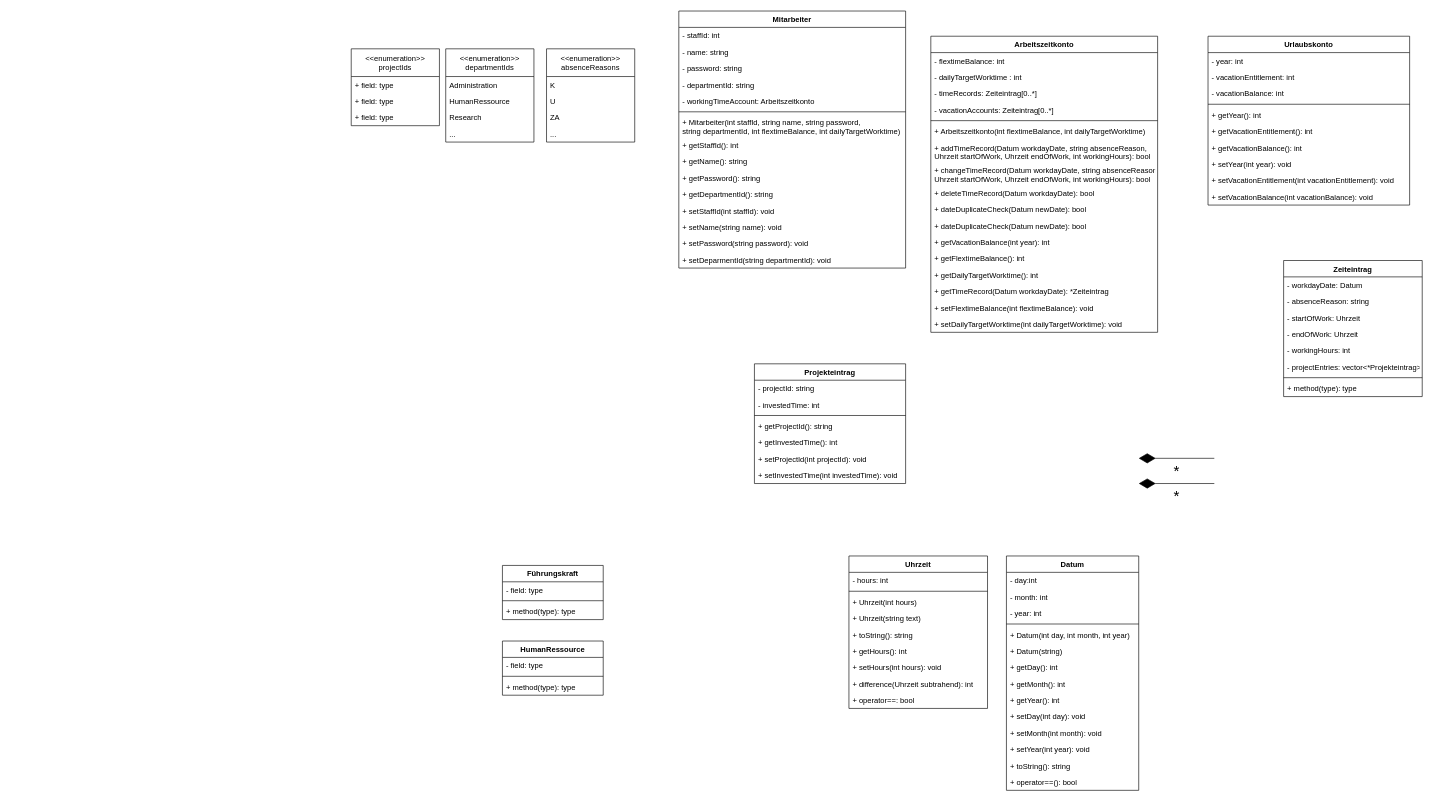
rebaman/swt_project keeps this draw.io diagram as class_diagram.drawio. Above is the earlier version. Source tidied: cells renumbered, new cells numbered last; positions are measured from the earlier drawing's top-left corner, leaving out a move shared by most shapes. Both pictures are drawn from the tidied source at 63%, with x=0, y=0 at pixel (351, 11).
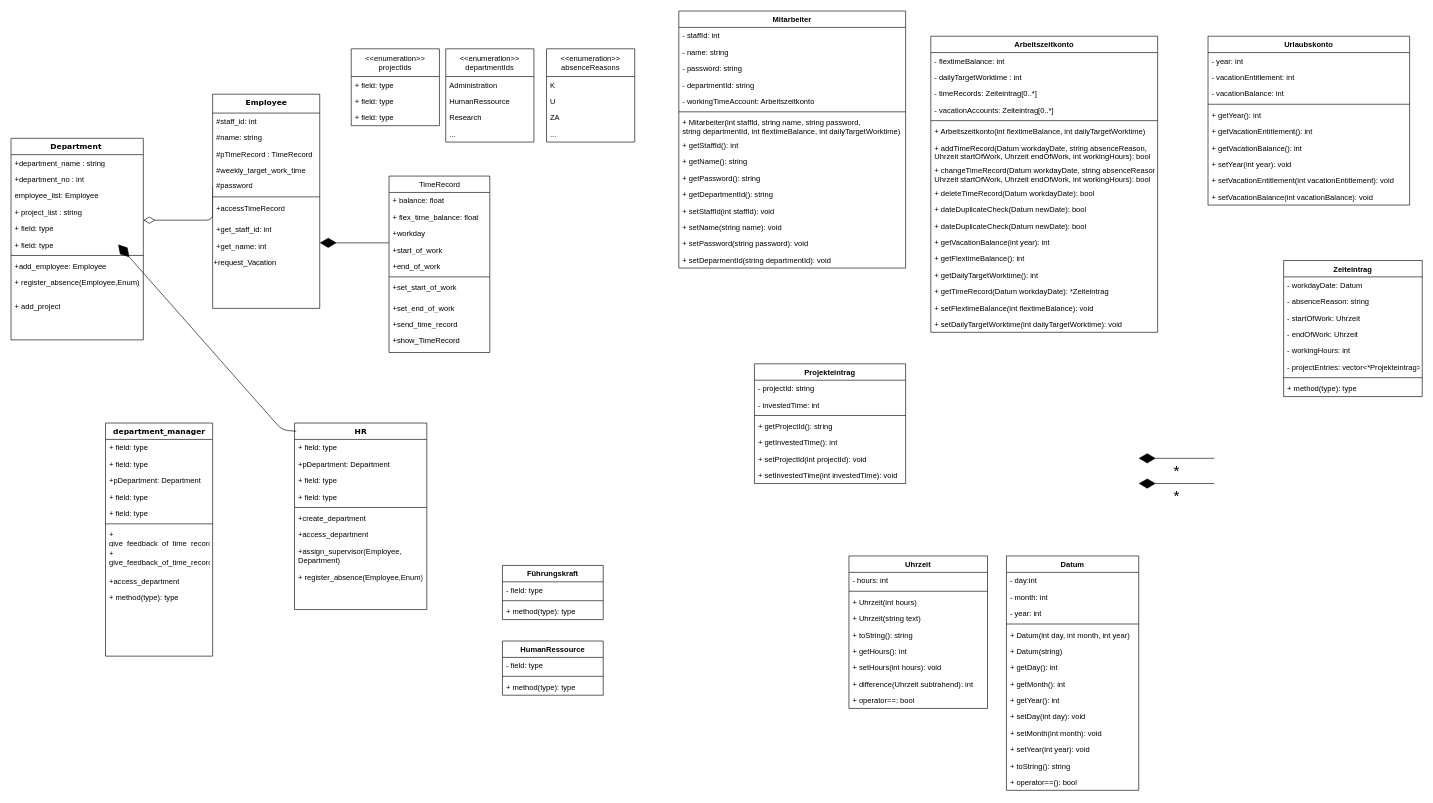
The same page after the edit.

The edit, as a diff of the source:
```diff
@@
+    <mxCell id="113" value="Department&amp;nbsp;" style="swimlane;html=1;fontStyle=1;align=center;verticalAlign=top;horizontal=1;startSize=26;swimlaneFillColor=#ffffff;rounded=0;shadow=0;comic=0;labelBackgroundColor=none;strokeWidth=1;fillColor=none;fontFamily=Verdana;fontSize=12;" parent="1" vertex="1">
+      <mxGeometry x="-540" y="202" width="210" height="320" as="geometry" />
+    </mxCell>
+    <mxCell id="114" value="+department_name : string" style="text;html=1;strokeColor=none;fillColor=none;align=left;verticalAlign=top;spacingLeft=4;spacingRight=4;whiteSpace=wrap;overflow=hidden;" parent="113" vertex="1">
+      <mxGeometry y="26" width="210" height="26" as="geometry" />
+    </mxCell>
+    <mxCell id="115" value="+department_no : int" style="text;html=1;strokeColor=none;fillColor=none;align=left;verticalAlign=top;spacingLeft=4;spacingRight=4;whiteSpace=wrap;overflow=hidden;" parent="113" vertex="1">
+      <mxGeometry y="52" width="210" height="26" as="geometry" />
+    </mxCell>
+    <mxCell id="116" value="employee_list: Employee" style="text;html=1;strokeColor=none;fillColor=none;align=left;verticalAlign=top;spacingLeft=4;spacingRight=4;whiteSpace=wrap;overflow=hidden;" parent="113" vertex="1">
+      <mxGeometry y="78" width="210" height="26" as="geometry" />
+    </mxCell>
+    <mxCell id="117" value="+ project_list : string" style="text;html=1;strokeColor=none;fillColor=none;align=left;verticalAlign=top;spacingLeft=4;spacingRight=4;whiteSpace=wrap;overflow=hidden;" parent="113" vertex="1">
+      <mxGeometry y="104" width="210" height="26" as="geometry" />
+    </mxCell>
+    <mxCell id="118" value="+ field: type" style="text;html=1;strokeColor=none;fillColor=none;align=left;verticalAlign=top;spacingLeft=4;spacingRight=4;whiteSpace=wrap;overflow=hidden;" parent="113" vertex="1">
+      <mxGeometry y="130" width="210" height="26" as="geometry" />
+    </mxCell>
+    <mxCell id="119" style="endArrow=diamondThin;endFill=1;endSize=24;html=1;exitX=0.013;exitY=0.044;exitDx=0;exitDy=0;exitPerimeter=0;" parent="113" edge="1" source="137">
+      <mxGeometry relative="1" as="geometry">
+        <mxPoint x="170" y="168.5" as="targetPoint" />
+        <Array as="points">
+          <mxPoint x="430" y="463" />
+        </Array>
+      </mxGeometry>
+    </mxCell>
+    <mxCell id="120" value="+ field: type" style="text;html=1;strokeColor=none;fillColor=none;align=left;verticalAlign=top;spacingLeft=4;spacingRight=4;whiteSpace=wrap;overflow=hidden;" parent="113" vertex="1">
+      <mxGeometry y="156" width="210" height="26" as="geometry" />
+    </mxCell>
+    <mxCell id="121" style="line;html=1;strokeWidth=1;fillColor=none;align=left;verticalAlign=middle;spacingTop=-1;spacingLeft=3;spacingRight=3;labelPosition=right;" parent="113" vertex="1">
+      <mxGeometry y="182" width="210" height="8" as="geometry" />
+    </mxCell>
+    <mxCell id="122" value="+add_employee: Employee" style="text;html=1;strokeColor=none;fillColor=none;align=left;verticalAlign=top;spacingLeft=4;spacingRight=4;whiteSpace=wrap;overflow=hidden;" parent="113" vertex="1">
+      <mxGeometry y="190" width="210" height="26" as="geometry" />
+    </mxCell>
+    <mxCell id="123" value="+ register_absence(Employee,Enum)" style="text;html=1;strokeColor=none;fillColor=none;align=left;verticalAlign=top;spacingLeft=4;spacingRight=4;whiteSpace=wrap;overflow=hidden;" parent="113" vertex="1">
+      <mxGeometry y="216" width="210" height="38" as="geometry" />
+    </mxCell>
+    <mxCell id="124" value="+ add_project" style="text;html=1;strokeColor=none;fillColor=none;align=left;verticalAlign=top;spacingLeft=4;spacingRight=4;whiteSpace=wrap;overflow=hidden;" parent="113" vertex="1">
+      <mxGeometry y="254" width="210" height="26" as="geometry" />
+    </mxCell>
+    <mxCell id="125" style="edgeStyle=elbowEdgeStyle;html=1;labelBackgroundColor=none;startFill=0;startSize=8;endArrow=diamondThin;endFill=0;endSize=16;fontFamily=Verdana;fontSize=12;elbow=vertical;exitX=0;exitY=0.5;exitDx=0;exitDy=0;" parent="1" edge="1" target="113">
+      <mxGeometry relative="1" as="geometry">
+        <mxPoint x="-220" y="279" as="sourcePoint" />
+        <Array as="points">
+          <mxPoint x="-230" y="332" />
+          <mxPoint x="-260" y="342" />
+          <mxPoint x="-300" y="232" />
+          <mxPoint x="-220" y="382" />
+        </Array>
+      </mxGeometry>
+    </mxCell>
+    <mxCell id="126" value="Employee" style="swimlane;html=1;fontStyle=1;align=center;verticalAlign=top;horizontal=1;startSize=30;swimlaneFillColor=#ffffff;rounded=0;shadow=0;comic=0;labelBackgroundColor=none;strokeWidth=1;fillColor=none;fontFamily=Verdana;fontSize=12;" parent="1" vertex="1">
+      <mxGeometry x="-220" y="132" width="170" height="340" as="geometry" />
+    </mxCell>
+    <mxCell id="127" value="#staff_id: int" style="text;html=1;strokeColor=none;fillColor=none;align=left;verticalAlign=top;spacingLeft=4;spacingRight=4;whiteSpace=wrap;overflow=hidden;" parent="126" vertex="1">
+      <mxGeometry y="30" width="170" height="26" as="geometry" />
+    </mxCell>
+    <mxCell id="128" value="#name: string" style="text;html=1;strokeColor=none;fillColor=none;align=left;verticalAlign=top;spacingLeft=4;spacingRight=4;whiteSpace=wrap;overflow=hidden;" parent="126" vertex="1">
+      <mxGeometry y="56" width="170" height="26" as="geometry" />
+    </mxCell>
+    <mxCell id="129" value="#pTimeRecord : TimeRecord" style="text;html=1;strokeColor=none;fillColor=none;align=left;verticalAlign=top;spacingLeft=4;spacingRight=4;whiteSpace=wrap;overflow=hidden;" parent="126" vertex="1">
+      <mxGeometry y="82" width="170" height="26" as="geometry" />
+    </mxCell>
+    <mxCell id="130" value="#weekly_target_work_time" style="text;html=1;strokeColor=none;fillColor=none;align=left;verticalAlign=top;spacingLeft=4;spacingRight=4;whiteSpace=wrap;overflow=hidden;" parent="126" vertex="1">
+      <mxGeometry y="108" width="170" height="24" as="geometry" />
+    </mxCell>
+    <mxCell id="131" value="#password" style="text;html=1;strokeColor=none;fillColor=none;align=left;verticalAlign=top;spacingLeft=4;spacingRight=4;whiteSpace=wrap;overflow=hidden;" parent="126" vertex="1">
+      <mxGeometry y="132" width="170" height="26" as="geometry" />
+    </mxCell>
+    <mxCell id="132" style="line;strokeWidth=1;fillColor=none;align=left;verticalAlign=middle;spacingTop=-1;spacingLeft=3;spacingRight=3;labelPosition=right;" parent="126" vertex="1">
+      <mxGeometry y="158" width="170" height="10" as="geometry" />
+    </mxCell>
+    <mxCell id="133" value="+accessTimeRecord" style="text;html=1;strokeColor=none;fillColor=none;align=left;verticalAlign=top;spacingLeft=4;spacingRight=4;whiteSpace=wrap;overflow=hidden;" parent="126" vertex="1">
+      <mxGeometry y="168" width="170" height="34" as="geometry" />
+    </mxCell>
+    <mxCell id="134" value="+get_staff_id: int" style="text;html=1;strokeColor=none;fillColor=none;align=left;verticalAlign=top;spacingLeft=4;spacingRight=4;whiteSpace=wrap;overflow=hidden;" parent="126" vertex="1">
+      <mxGeometry y="202" width="170" height="26" as="geometry" />
+    </mxCell>
+    <mxCell id="135" value="+get_name: int" style="text;html=1;strokeColor=none;fillColor=none;align=left;verticalAlign=top;spacingLeft=4;spacingRight=4;whiteSpace=wrap;overflow=hidden;" parent="126" vertex="1">
+      <mxGeometry y="228" width="170" height="26" as="geometry" />
+    </mxCell>
+    <mxCell id="136" value="&lt;span style=&quot;color: rgb(0 , 0 , 0) ; font-family: &amp;#34;helvetica&amp;#34; ; font-size: 12px ; font-style: normal ; font-weight: 400 ; letter-spacing: normal ; text-align: left ; text-indent: 0px ; text-transform: none ; word-spacing: 0px ; background-color: rgb(248 , 249 , 250) ; display: inline ; float: none&quot;&gt;+request_Vacation&lt;/span&gt;" style="text;whiteSpace=wrap;html=1;" parent="126" vertex="1">
+      <mxGeometry y="254" width="170" height="30" as="geometry" />
+    </mxCell>
+    <mxCell id="137" value="HR" style="swimlane;html=1;fontStyle=1;align=center;verticalAlign=top;horizontal=1;startSize=26;swimlaneFillColor=#ffffff;rounded=0;shadow=0;comic=0;labelBackgroundColor=none;strokeWidth=1;fillColor=none;fontFamily=Verdana;fontSize=12;" parent="1" vertex="1">
+      <mxGeometry x="-90" y="654" width="210" height="296" as="geometry" />
+    </mxCell>
+    <mxCell id="138" value="+ field: type" style="text;html=1;strokeColor=none;fillColor=none;align=left;verticalAlign=top;spacingLeft=4;spacingRight=4;whiteSpace=wrap;overflow=hidden;" parent="137" vertex="1">
+      <mxGeometry y="26" width="210" height="26" as="geometry" />
+    </mxCell>
+    <mxCell id="139" value="+pDepartment: Department" style="text;html=1;strokeColor=none;fillColor=none;align=left;verticalAlign=top;spacingLeft=4;spacingRight=4;whiteSpace=wrap;overflow=hidden;" parent="137" vertex="1">
+      <mxGeometry y="52" width="210" height="26" as="geometry" />
+    </mxCell>
+    <mxCell id="140" value="+ field: type" style="text;html=1;strokeColor=none;fillColor=none;align=left;verticalAlign=top;spacingLeft=4;spacingRight=4;whiteSpace=wrap;overflow=hidden;" parent="137" vertex="1">
+      <mxGeometry y="78" width="210" height="26" as="geometry" />
+    </mxCell>
+    <mxCell id="141" value="+ field: type" style="text;html=1;strokeColor=none;fillColor=none;align=left;verticalAlign=top;spacingLeft=4;spacingRight=4;whiteSpace=wrap;overflow=hidden;" parent="137" vertex="1">
+      <mxGeometry y="104" width="210" height="26" as="geometry" />
+    </mxCell>
+    <mxCell id="142" style="line;html=1;strokeWidth=1;fillColor=none;align=left;verticalAlign=middle;spacingTop=-1;spacingLeft=3;spacingRight=3;labelPosition=right;" parent="137" vertex="1">
+      <mxGeometry y="130" width="210" height="8" as="geometry" />
+    </mxCell>
+    <mxCell id="143" value="+create_department" style="text;html=1;strokeColor=none;fillColor=none;align=left;verticalAlign=top;spacingLeft=4;spacingRight=4;whiteSpace=wrap;overflow=hidden;" parent="137" vertex="1">
+      <mxGeometry y="138" width="210" height="26" as="geometry" />
+    </mxCell>
+    <mxCell id="144" value="+access_department" style="text;html=1;strokeColor=none;fillColor=none;align=left;verticalAlign=top;spacingLeft=4;spacingRight=4;whiteSpace=wrap;overflow=hidden;" parent="137" vertex="1">
+      <mxGeometry y="164" width="210" height="26" as="geometry" />
+    </mxCell>
+    <mxCell id="145" value="+assign_supervisor(Employee, Department)" style="text;html=1;strokeColor=none;fillColor=none;align=left;verticalAlign=top;spacingLeft=4;spacingRight=4;whiteSpace=wrap;overflow=hidden;" parent="137" vertex="1">
+      <mxGeometry y="190" width="210" height="42" as="geometry" />
+    </mxCell>
+    <mxCell id="146" value="+ register_absence(Employee,Enum)" style="text;html=1;strokeColor=none;fillColor=none;align=left;verticalAlign=top;spacingLeft=4;spacingRight=4;whiteSpace=wrap;overflow=hidden;" parent="137" vertex="1">
+      <mxGeometry y="232" width="210" height="38" as="geometry" />
+    </mxCell>
+    <mxCell id="147" value="&lt;span style=&quot;font-family: &amp;#34;helvetica&amp;#34; ; font-weight: 400 ; text-align: left&quot;&gt;TimeRecord&lt;/span&gt;" style="swimlane;html=1;fontStyle=1;align=center;verticalAlign=top;horizontal=1;startSize=26;swimlaneFillColor=#ffffff;rounded=0;shadow=0;comic=0;labelBackgroundColor=none;strokeWidth=1;fillColor=none;fontFamily=Verdana;fontSize=12;" parent="1" vertex="1">
+      <mxGeometry x="60" y="262" width="160" height="280" as="geometry" />
+    </mxCell>
+    <mxCell id="148" value="+ balance: float" style="text;html=1;strokeColor=none;fillColor=none;align=left;verticalAlign=top;spacingLeft=4;spacingRight=4;whiteSpace=wrap;overflow=hidden;" parent="147" vertex="1">
+      <mxGeometry y="26" width="160" height="26" as="geometry" />
+    </mxCell>
+    <mxCell id="149" value="+ flex_time_balance: float" style="text;html=1;strokeColor=none;fillColor=none;align=left;verticalAlign=top;spacingLeft=4;spacingRight=4;whiteSpace=wrap;overflow=hidden;" parent="147" vertex="1">
+      <mxGeometry y="52" width="160" height="26" as="geometry" />
+    </mxCell>
+    <mxCell id="150" value="+workday" style="text;html=1;strokeColor=none;fillColor=none;align=left;verticalAlign=top;spacingLeft=4;spacingRight=4;whiteSpace=wrap;overflow=hidden;" parent="147" vertex="1">
+      <mxGeometry y="78" width="160" height="26" as="geometry" />
+    </mxCell>
+    <mxCell id="151" value="+start_of_work" style="text;html=1;strokeColor=none;fillColor=none;align=left;verticalAlign=top;spacingLeft=4;spacingRight=4;whiteSpace=wrap;overflow=hidden;" parent="147" vertex="1">
+      <mxGeometry y="104" width="160" height="26" as="geometry" />
+    </mxCell>
+    <mxCell id="152" value="+end_of_work" style="text;html=1;strokeColor=none;fillColor=none;align=left;verticalAlign=top;spacingLeft=4;spacingRight=4;whiteSpace=wrap;overflow=hidden;" parent="147" vertex="1">
+      <mxGeometry y="130" width="160" height="26" as="geometry" />
+    </mxCell>
+    <mxCell id="153" style="line;html=1;strokeWidth=1;fillColor=none;align=left;verticalAlign=middle;spacingTop=-1;spacingLeft=3;spacingRight=3;labelPosition=right;" parent="147" vertex="1">
+      <mxGeometry y="156" width="160" height="8" as="geometry" />
+    </mxCell>
+    <mxCell id="154" value="+set_start_of_work" style="text;html=1;strokeColor=none;fillColor=none;align=left;verticalAlign=top;spacingLeft=4;spacingRight=4;whiteSpace=wrap;overflow=hidden;" parent="147" vertex="1">
+      <mxGeometry y="164" width="160" height="32" as="geometry" />
+    </mxCell>
+    <mxCell id="155" value="+set_end_of_work" style="text;html=1;strokeColor=none;fillColor=none;align=left;verticalAlign=top;spacingLeft=4;spacingRight=4;whiteSpace=wrap;overflow=hidden;" parent="147" vertex="1">
+      <mxGeometry y="196" width="160" height="26" as="geometry" />
+    </mxCell>
+    <mxCell id="156" value="+send_time_record" style="text;html=1;strokeColor=none;fillColor=none;align=left;verticalAlign=top;spacingLeft=4;spacingRight=4;whiteSpace=wrap;overflow=hidden;" parent="147" vertex="1">
+      <mxGeometry y="222" width="160" height="26" as="geometry" />
+    </mxCell>
+    <mxCell id="157" value="&lt;span style=&quot;color: rgb(0 , 0 , 0) ; font-family: &amp;#34;helvetica&amp;#34; ; font-size: 12px ; font-style: normal ; font-weight: 400 ; letter-spacing: normal ; text-align: left ; text-indent: 0px ; text-transform: none ; word-spacing: 0px ; background-color: rgb(248 , 249 , 250) ; display: inline ; float: none&quot;&gt;+show_TimeRecord&lt;/span&gt;" style="text;html=1;strokeColor=none;fillColor=none;align=left;verticalAlign=top;spacingLeft=4;spacingRight=4;whiteSpace=wrap;overflow=hidden;" parent="147" vertex="1">
+      <mxGeometry y="248" width="160" height="26" as="geometry" />
+    </mxCell>
+    <mxCell id="158" style="endArrow=diamondThin;endFill=1;endSize=24;html=1;" parent="1" edge="1">
+      <mxGeometry relative="1" as="geometry">
+        <mxPoint x="60" y="368" as="sourcePoint" />
+        <mxPoint x="-50" y="368" as="targetPoint" />
+      </mxGeometry>
+    </mxCell>
+    <mxCell id="159" value="department_manager" style="swimlane;html=1;fontStyle=1;align=center;verticalAlign=top;horizontal=1;startSize=26;swimlaneFillColor=#ffffff;rounded=0;shadow=0;comic=0;labelBackgroundColor=none;strokeWidth=1;fillColor=none;fontFamily=Verdana;fontSize=12;" parent="1" vertex="1">
+      <mxGeometry x="-390" y="654" width="170" height="370" as="geometry" />
+    </mxCell>
+    <mxCell id="160" value="+ field: type" style="text;html=1;strokeColor=none;fillColor=none;align=left;verticalAlign=top;spacingLeft=4;spacingRight=4;whiteSpace=wrap;overflow=hidden;" parent="159" vertex="1">
+      <mxGeometry y="26" width="170" height="26" as="geometry" />
+    </mxCell>
+    <mxCell id="161" value="+ field: type" style="text;html=1;strokeColor=none;fillColor=none;align=left;verticalAlign=top;spacingLeft=4;spacingRight=4;whiteSpace=wrap;overflow=hidden;" parent="159" vertex="1">
+      <mxGeometry y="52" width="170" height="26" as="geometry" />
+    </mxCell>
+    <mxCell id="162" value="+pDepartment: Department" style="text;html=1;strokeColor=none;fillColor=none;align=left;verticalAlign=top;spacingLeft=4;spacingRight=4;whiteSpace=wrap;overflow=hidden;" parent="159" vertex="1">
+      <mxGeometry y="78" width="170" height="26" as="geometry" />
+    </mxCell>
+    <mxCell id="163" value="+ field: type" style="text;html=1;strokeColor=none;fillColor=none;align=left;verticalAlign=top;spacingLeft=4;spacingRight=4;whiteSpace=wrap;overflow=hidden;" parent="159" vertex="1">
+      <mxGeometry y="104" width="170" height="26" as="geometry" />
+    </mxCell>
+    <mxCell id="164" value="+ field: type" style="text;html=1;strokeColor=none;fillColor=none;align=left;verticalAlign=top;spacingLeft=4;spacingRight=4;whiteSpace=wrap;overflow=hidden;" parent="159" vertex="1">
+      <mxGeometry y="130" width="170" height="26" as="geometry" />
+    </mxCell>
+    <mxCell id="165" style="line;html=1;strokeWidth=1;fillColor=none;align=left;verticalAlign=middle;spacingTop=-1;spacingLeft=3;spacingRight=3;labelPosition=right;" parent="159" vertex="1">
+      <mxGeometry y="156" width="170" height="8" as="geometry" />
+    </mxCell>
+    <mxCell id="166" value="+ give_feedback_of_time_record" style="text;html=1;strokeColor=none;fillColor=none;align=left;verticalAlign=top;spacingLeft=4;spacingRight=4;whiteSpace=wrap;overflow=hidden;" parent="159" vertex="1">
+      <mxGeometry y="164" width="170" height="30" as="geometry" />
+    </mxCell>
+    <mxCell id="167" value="+ give_feedback_of_time_record" style="text;html=1;strokeColor=none;fillColor=none;align=left;verticalAlign=top;spacingLeft=4;spacingRight=4;whiteSpace=wrap;overflow=hidden;" parent="159" vertex="1">
+      <mxGeometry y="194" width="170" height="44" as="geometry" />
+    </mxCell>
+    <mxCell id="168" value="+access_department" style="text;html=1;strokeColor=none;fillColor=none;align=left;verticalAlign=top;spacingLeft=4;spacingRight=4;whiteSpace=wrap;overflow=hidden;" parent="159" vertex="1">
+      <mxGeometry y="238" width="170" height="26" as="geometry" />
+    </mxCell>
+    <mxCell id="169" value="+ method(type): type" style="text;html=1;strokeColor=none;fillColor=none;align=left;verticalAlign=top;spacingLeft=4;spacingRight=4;whiteSpace=wrap;overflow=hidden;" parent="159" vertex="1">
+      <mxGeometry y="264" width="170" height="42" as="geometry" />
+    </mxCell>
```
